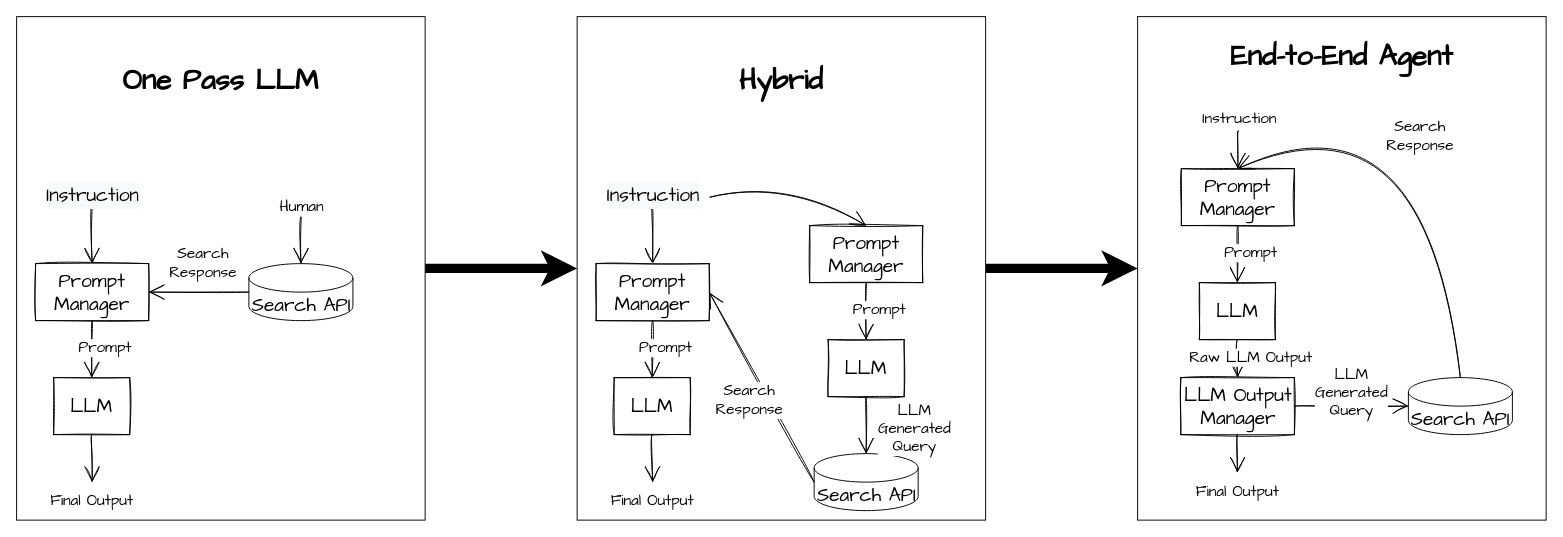
Above: page "One Pass LLM" (2 of 5) of img/LLMsTextSketch.drawio in dshieble/dshieble.github.io (draw.io), before the change. Source tidied: cells renumbered, new cells numbered last; positions are measured from the earlier drawing's top-left corner, leaving out a move shared by most shapes. Both pictures are drawn from the tidied source at 95%, with x=0, y=0 at pixel (16, 16).
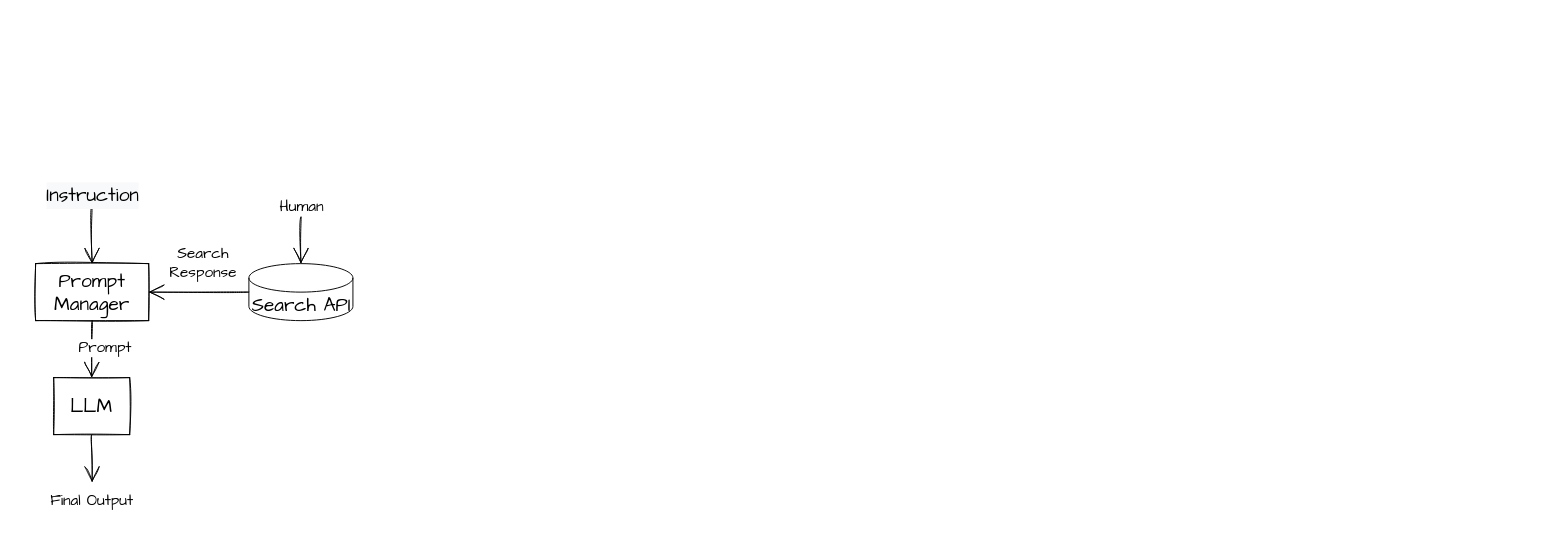
The same diagram, later.

Diff of the diagram source:
```diff
@@
-    <mxCell id="2" style="edgeStyle=orthogonalEdgeStyle;rounded=0;jettySize=auto;html=1;exitX=1;exitY=0.5;exitDx=0;exitDy=0;entryX=0;entryY=0.5;entryDx=0;entryDy=0;strokeWidth=10;" parent="1" edge="1" source="3" target="24">
-      <mxGeometry relative="1" as="geometry" />
-    </mxCell>
-    <mxCell id="3" value="&lt;b style=&quot;border-color: var(--border-color); font-family: &amp;quot;Architects Daughter&amp;quot;;&quot;&gt;&lt;font style=&quot;border-color: var(--border-color); font-size: 30px;&quot;&gt;One Pass LLM&lt;br&gt;&lt;br&gt;&lt;br&gt;&lt;br&gt;&lt;br&gt;&lt;br&gt;&lt;br&gt;&lt;br&gt;&lt;br&gt;&lt;br&gt;&lt;br&gt;&lt;br style=&quot;border-color: var(--border-color);&quot;&gt;&lt;/font&gt;&lt;/b&gt;" style="rounded=0;whiteSpace=wrap;html=1;" parent="1" vertex="1">
-      <mxGeometry width="430" height="530" as="geometry" />
-    </mxCell>
-    <mxCell id="4" value="&lt;span style=&quot;color: rgb(0, 0, 0); font-family: &amp;quot;Architects Daughter&amp;quot;; font-style: normal; font-variant-ligatures: normal; font-variant-caps: normal; letter-spacing: normal; orphans: 2; text-align: center; text-indent: 0px; text-transform: none; widows: 2; word-spacing: 0px; -webkit-text-stroke-width: 0px; background-color: rgb(255, 255, 255); text-decoration-thickness: initial; text-decoration-style: initial; text-decoration-color: initial; float: none; display: inline !important;&quot;&gt;&lt;br&gt;&lt;b style=&quot;&quot;&gt;&lt;font style=&quot;font-size: 30px;&quot;&gt;End-to-End Agent&lt;br&gt;&lt;/font&gt;&lt;/b&gt;&lt;br&gt;&lt;br&gt;&lt;br&gt;&lt;br&gt;&lt;br&gt;&lt;br&gt;&lt;br&gt;&lt;br&gt;&lt;br&gt;&lt;br&gt;&lt;br&gt;&lt;br&gt;&lt;br&gt;&lt;br&gt;&lt;br&gt;&lt;br&gt;&lt;br&gt;&lt;br&gt;&lt;br&gt;&lt;br&gt;&lt;br&gt;&lt;br&gt;&lt;br&gt;&lt;br&gt;&lt;br&gt;&lt;br&gt;&lt;br&gt;&lt;br&gt;&lt;br&gt;&lt;br&gt;&lt;/span&gt;" style="rounded=0;whiteSpace=wrap;html=1;" parent="1" vertex="1">
-      <mxGeometry x="1180" width="430" height="530" as="geometry" />
-    </mxCell>
-    <mxCell id="5" value="Instruction" style="edgeStyle=none;curved=1;rounded=0;sketch=1;hachureGap=4;jettySize=auto;html=1;fontFamily=Architects Daughter;fontSize=16;endArrow=open;startSize=14;endSize=14;sourcePerimeterSpacing=8;targetPerimeterSpacing=8;entryX=0.5;entryY=0;entryDx=0;entryDy=0;" parent="1" edge="1" target="11">
-      <mxGeometry x="-1" y="12" relative="1" as="geometry">
-        <mxPoint x="1286" y="120" as="sourcePoint" />
-        <mxPoint x="-11" y="-12" as="offset" />
-      </mxGeometry>
-    </mxCell>
-    <mxCell id="6" value="&lt;span style=&quot;font-family: &amp;quot;architects daughter&amp;quot; ; font-size: 20px&quot;&gt;Search API&lt;/span&gt;" style="shape=cylinder3;whiteSpace=wrap;html=1;boundedLbl=1;backgroundOutline=1;size=15;" parent="1" vertex="1">
-      <mxGeometry x="1465" y="380" width="109.5" height="60" as="geometry" />
-    </mxCell>
-    <mxCell id="7" value="LLM&lt;br&gt;Generated&lt;br&gt;Query" style="edgeStyle=none;curved=1;rounded=0;sketch=1;hachureGap=4;jettySize=auto;html=1;fontFamily=Architects Daughter;fontSize=16;endArrow=open;startSize=14;endSize=14;sourcePerimeterSpacing=8;targetPerimeterSpacing=8;entryX=0;entryY=0.5;entryDx=0;entryDy=0;entryPerimeter=0;exitX=1;exitY=0.5;exitDx=0;exitDy=0;" parent="1" edge="1" source="9" target="6">
-      <mxGeometry y="14" relative="1" as="geometry" />
-    </mxCell>
-    <mxCell id="8" value="LLM" style="rounded=0;whiteSpace=wrap;html=1;sketch=1;hachureGap=4;fontFamily=Architects Daughter;fontSize=20;" parent="1" vertex="1">
-      <mxGeometry x="1245" y="280" width="80" height="60" as="geometry" />
-    </mxCell>
-    <mxCell id="9" value="LLM Output Manager" style="rounded=0;whiteSpace=wrap;html=1;sketch=1;hachureGap=4;fontFamily=Architects Daughter;fontSize=20;" parent="1" vertex="1">
-      <mxGeometry x="1225.5" y="380" width="119.5" height="60" as="geometry" />
-    </mxCell>
-    <mxCell id="10" value="Raw LLM Output" style="edgeStyle=none;curved=1;rounded=0;sketch=1;hachureGap=4;jettySize=auto;html=1;fontFamily=Architects Daughter;fontSize=16;endArrow=open;startSize=14;endSize=14;sourcePerimeterSpacing=8;targetPerimeterSpacing=8;exitX=0.5;exitY=1;exitDx=0;exitDy=0;entryX=0.5;entryY=0;entryDx=0;entryDy=0;" parent="1" edge="1" source="8" target="9">
-      <mxGeometry x="-0.03" y="14" relative="1" as="geometry" />
-    </mxCell>
-    <mxCell id="11" value="Prompt Manager" style="rounded=0;whiteSpace=wrap;html=1;sketch=1;hachureGap=4;fontFamily=Architects Daughter;fontSize=20;" parent="1" vertex="1">
-      <mxGeometry x="1226" y="160" width="119" height="60" as="geometry" />
-    </mxCell>
-    <mxCell id="12" value="Prompt" style="edgeStyle=none;curved=1;rounded=0;sketch=1;hachureGap=4;jettySize=auto;html=1;fontFamily=Architects Daughter;fontSize=16;endArrow=open;startSize=14;endSize=14;sourcePerimeterSpacing=8;targetPerimeterSpacing=8;exitX=0.5;exitY=1;exitDx=0;exitDy=0;entryX=0.5;entryY=0;entryDx=0;entryDy=0;" parent="1" edge="1" source="11" target="8">
-      <mxGeometry x="-0.03" y="14" relative="1" as="geometry" />
-    </mxCell>
-    <mxCell id="13" value="Search&lt;br&gt;Response" style="edgeStyle=none;curved=1;rounded=0;sketch=1;hachureGap=4;jettySize=auto;html=1;fontFamily=Architects Daughter;fontSize=16;endArrow=open;startSize=14;endSize=14;sourcePerimeterSpacing=8;targetPerimeterSpacing=8;exitX=0.5;exitY=0;exitDx=0;exitDy=0;entryX=0.5;entryY=0;entryDx=0;entryDy=0;exitPerimeter=0;" parent="1" edge="1" source="6" target="11">
-      <mxGeometry x="-0.03" y="14" relative="1" as="geometry">
-        <Array as="points">
-          <mxPoint x="1485" y="70" />
-        </Array>
-      </mxGeometry>
-    </mxCell>
-    <mxCell id="14" value="Final Output" style="edgeStyle=none;curved=1;rounded=0;sketch=1;hachureGap=4;jettySize=auto;html=1;fontFamily=Architects Daughter;fontSize=16;endArrow=open;startSize=14;endSize=14;sourcePerimeterSpacing=8;targetPerimeterSpacing=8;exitX=0.5;exitY=1;exitDx=0;exitDy=0;" parent="1" edge="1" source="9">
-      <mxGeometry x="1" y="20" relative="1" as="geometry">
-        <mxPoint x="1285" y="480" as="targetPoint" />
-        <mxPoint x="-20" y="20" as="offset" />
-      </mxGeometry>
-    </mxCell>
@@
-    <mxCell id="23" style="edgeStyle=orthogonalEdgeStyle;rounded=0;jettySize=auto;html=1;exitX=1;exitY=0.5;exitDx=0;exitDy=0;entryX=0;entryY=0.5;entryDx=0;entryDy=0;strokeWidth=10;" parent="1" edge="1" source="24" target="4">
-      <mxGeometry relative="1" as="geometry" />
-    </mxCell>
-    <mxCell id="24" value="&lt;b style=&quot;border-color: var(--border-color); font-family: &amp;quot;Architects Daughter&amp;quot;;&quot;&gt;&lt;font style=&quot;border-color: var(--border-color); font-size: 30px;&quot;&gt;Hybrid&lt;br&gt;&lt;br&gt;&lt;br&gt;&lt;br&gt;&lt;br&gt;&lt;br&gt;&lt;br&gt;&lt;br&gt;&lt;br&gt;&lt;br&gt;&lt;br&gt;&lt;br style=&quot;border-color: var(--border-color);&quot;&gt;&lt;/font&gt;&lt;/b&gt;" style="rounded=0;whiteSpace=wrap;html=1;" parent="1" vertex="1">
-      <mxGeometry x="590" width="430" height="530" as="geometry" />
-    </mxCell>
-    <mxCell id="25" value="&lt;span style=&quot;font-size: 20px; background-color: rgb(248, 249, 250);&quot;&gt;Instruction&lt;/span&gt;" style="edgeStyle=none;curved=1;rounded=0;sketch=1;hachureGap=4;jettySize=auto;html=1;fontFamily=Architects Daughter;fontSize=16;endArrow=open;startSize=14;endSize=14;sourcePerimeterSpacing=8;targetPerimeterSpacing=8;entryX=0.5;entryY=0;entryDx=0;entryDy=0;" parent="1" edge="1" target="28">
-      <mxGeometry x="-1" y="12" relative="1" as="geometry">
-        <mxPoint x="669" y="200" as="sourcePoint" />
-        <mxPoint x="-11" y="-12" as="offset" />
-      </mxGeometry>
-    </mxCell>
-    <mxCell id="26" value="&lt;span style=&quot;font-family: &amp;quot;architects daughter&amp;quot; ; font-size: 20px&quot;&gt;Search API&lt;/span&gt;" style="shape=cylinder3;whiteSpace=wrap;html=1;boundedLbl=1;backgroundOutline=1;size=15;" parent="1" vertex="1">
-      <mxGeometry x="839.5" y="460" width="109.5" height="60" as="geometry" />
-    </mxCell>
-    <mxCell id="27" value="LLM" style="rounded=0;whiteSpace=wrap;html=1;sketch=1;hachureGap=4;fontFamily=Architects Daughter;fontSize=20;" parent="1" vertex="1">
-      <mxGeometry x="629" y="380" width="80" height="60" as="geometry" />
-    </mxCell>
-    <mxCell id="28" value="Prompt Manager" style="rounded=0;whiteSpace=wrap;html=1;sketch=1;hachureGap=4;fontFamily=Architects Daughter;fontSize=20;" parent="1" vertex="1">
-      <mxGeometry x="610" y="260" width="119" height="60" as="geometry" />
-    </mxCell>
-    <mxCell id="29" value="Prompt" style="edgeStyle=none;curved=1;rounded=0;sketch=1;hachureGap=4;jettySize=auto;html=1;fontFamily=Architects Daughter;fontSize=16;endArrow=open;startSize=14;endSize=14;sourcePerimeterSpacing=8;targetPerimeterSpacing=8;entryX=0.5;entryY=0;entryDx=0;entryDy=0;" parent="1" edge="1" target="27">
-      <mxGeometry x="-0.03" y="14" relative="1" as="geometry">
-        <mxPoint x="669.5" y="320" as="sourcePoint" />
-      </mxGeometry>
-    </mxCell>
-    <mxCell id="30" value="Final Output" style="edgeStyle=none;curved=1;rounded=0;sketch=1;hachureGap=4;jettySize=auto;html=1;fontFamily=Architects Daughter;fontSize=16;endArrow=open;startSize=14;endSize=14;sourcePerimeterSpacing=8;targetPerimeterSpacing=8;exitX=0.5;exitY=1;exitDx=0;exitDy=0;" parent="1" edge="1" source="27">
-      <mxGeometry x="1" y="20" relative="1" as="geometry">
-        <mxPoint x="669.5" y="490" as="targetPoint" />
-        <mxPoint x="-20" y="20" as="offset" />
-      </mxGeometry>
-    </mxCell>
-    <mxCell id="31" value="Search&lt;br&gt;Response" style="edgeStyle=none;curved=1;rounded=0;sketch=1;hachureGap=4;jettySize=auto;html=1;fontFamily=Architects Daughter;fontSize=16;endArrow=open;startSize=14;endSize=14;sourcePerimeterSpacing=8;targetPerimeterSpacing=8;entryX=1;entryY=0.5;entryDx=0;entryDy=0;exitX=0;exitY=0.5;exitDx=0;exitDy=0;exitPerimeter=0;" parent="1" edge="1" source="26" target="28">
-      <mxGeometry x="-0.05" y="19" relative="1" as="geometry">
-        <mxPoint x="1" as="offset" />
-      </mxGeometry>
-    </mxCell>
-    <mxCell id="32" value="LLM&lt;br&gt;Generated&lt;br&gt;Query" style="edgeStyle=none;curved=1;rounded=0;sketch=1;hachureGap=4;jettySize=auto;html=1;fontFamily=Architects Daughter;fontSize=16;endArrow=open;startSize=14;endSize=14;sourcePerimeterSpacing=8;targetPerimeterSpacing=8;entryX=0.5;entryY=0;entryDx=0;entryDy=0;exitX=0.5;exitY=1;exitDx=0;exitDy=0;entryPerimeter=0;" parent="1" edge="1" source="33" target="26">
-      <mxGeometry x="0.14" y="51" relative="1" as="geometry" />
-    </mxCell>
-    <mxCell id="33" value="LLM" style="rounded=0;whiteSpace=wrap;html=1;sketch=1;hachureGap=4;fontFamily=Architects Daughter;fontSize=20;" parent="1" vertex="1">
-      <mxGeometry x="854.2" y="340" width="80" height="60" as="geometry" />
-    </mxCell>
-    <mxCell id="34" value="Prompt Manager" style="rounded=0;whiteSpace=wrap;html=1;sketch=1;hachureGap=4;fontFamily=Architects Daughter;fontSize=20;" parent="1" vertex="1">
-      <mxGeometry x="834.8" y="220" width="119" height="60" as="geometry" />
-    </mxCell>
-    <mxCell id="35" value="Prompt" style="edgeStyle=none;curved=1;rounded=0;sketch=1;hachureGap=4;jettySize=auto;html=1;fontFamily=Architects Daughter;fontSize=16;endArrow=open;startSize=14;endSize=14;sourcePerimeterSpacing=8;targetPerimeterSpacing=8;exitX=0.5;exitY=1;exitDx=0;exitDy=0;entryX=0.5;entryY=0;entryDx=0;entryDy=0;" parent="1" edge="1" source="34" target="33">
-      <mxGeometry x="-0.03" y="14" relative="1" as="geometry" />
-    </mxCell>
-    <mxCell id="36" style="edgeStyle=none;curved=1;rounded=0;sketch=1;hachureGap=4;jettySize=auto;html=1;fontFamily=Architects Daughter;fontSize=16;endArrow=open;startSize=14;endSize=14;sourcePerimeterSpacing=8;targetPerimeterSpacing=8;entryX=0.5;entryY=0;entryDx=0;entryDy=0;" parent="1" edge="1" target="34">
-      <mxGeometry x="-1" y="12" relative="1" as="geometry">
-        <mxPoint x="730" y="190" as="sourcePoint" />
-        <Array as="points">
-          <mxPoint x="810" y="170" />
-        </Array>
-        <mxPoint x="-11" y="-12" as="offset" />
-      </mxGeometry>
-    </mxCell>
```
